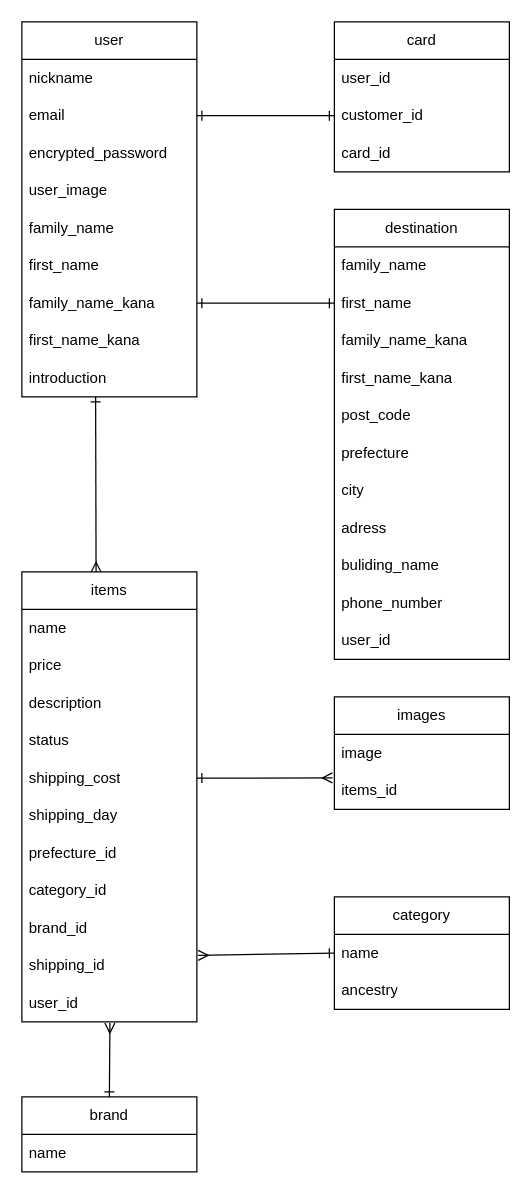
Earlier version of the draw.io diagram furima-41539.dio (Takao-Koyanagi/furima-41539). Source tidied: cells renumbered, new cells numbered last; positions are measured from the earlier drawing's top-left corner, leaving out a move shared by most shapes. Both pictures are drawn from the tidied source at 125%, with x=0, y=0 at pixel (21, 21).
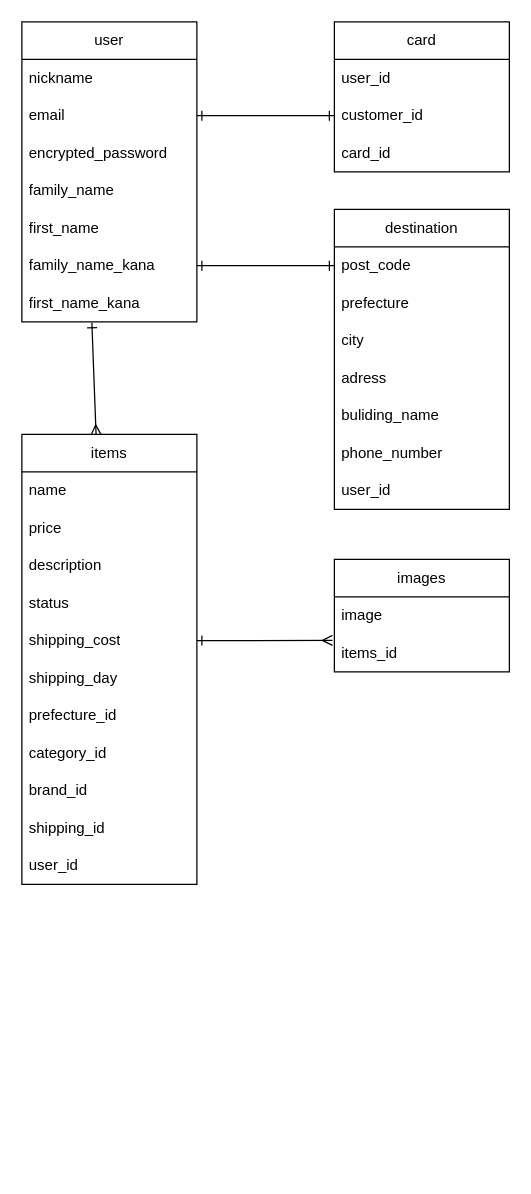
After the change.

Commit message (it also covers changes not shown here):
データーベース設計_修正1

The change refers to these unchanged cells:
```xml
<mxCell id="39" value="shipping_id" style="text;strokeColor=none;fillColor=none;align=left;verticalAlign=middle;spacingLeft=4;spacingRight=4;overflow=hidden;points=[[0,0.5],[1,0.5]];portConstraint=eastwest;whiteSpace=wrap;html=1;" parent="29" vertex="1">
  <mxGeometry y="300" width="140" height="30" as="geometry" />
</mxCell>
<mxCell id="40" value="user_id" style="text;strokeColor=none;fillColor=none;align=left;verticalAlign=middle;spacingLeft=4;spacingRight=4;overflow=hidden;points=[[0,0.5],[1,0.5]];portConstraint=eastwest;whiteSpace=wrap;html=1;" parent="29" vertex="1">
  <mxGeometry y="330" width="140" height="30" as="geometry" />
</mxCell>
```

Change to the diagram source:
```diff
@@
     <mxCell id="2" value="user" style="swimlane;fontStyle=0;horizontal=1;startSize=30;whiteSpace=wrap;html=1;" parent="1" vertex="1">
-      <mxGeometry width="140" height="300" as="geometry" />
+      <mxGeometry width="140" height="240" as="geometry" />
     </mxCell>
@@
-    <mxCell id="6" value="user_image" style="text;strokeColor=none;fillColor=none;align=left;verticalAlign=middle;spacingLeft=4;spacingRight=4;overflow=hidden;whiteSpace=wrap;html=1;" parent="2" vertex="1">
-      <mxGeometry y="120" width="140" height="30" as="geometry" />
-    </mxCell>
     <mxCell id="7" value="family_name" style="text;strokeColor=none;fillColor=none;align=left;verticalAlign=middle;spacingLeft=4;spacingRight=4;overflow=hidden;whiteSpace=wrap;html=1;" parent="2" vertex="1">
-      <mxGeometry y="150" width="140" height="30" as="geometry" />
+      <mxGeometry y="120" width="140" height="30" as="geometry" />
     </mxCell>
     <mxCell id="8" value="first_name" style="text;strokeColor=none;fillColor=none;align=left;verticalAlign=middle;spacingLeft=4;spacingRight=4;overflow=hidden;whiteSpace=wrap;html=1;" parent="2" vertex="1">
-      <mxGeometry y="180" width="140" height="30" as="geometry" />
+      <mxGeometry y="150" width="140" height="30" as="geometry" />
     </mxCell>
     <mxCell id="9" value="family_name_kana" style="text;strokeColor=none;fillColor=none;align=left;verticalAlign=middle;spacingLeft=4;spacingRight=4;overflow=hidden;points=[[0,0.5],[1,0.5]];portConstraint=eastwest;whiteSpace=wrap;html=1;" parent="2" vertex="1">
-      <mxGeometry y="210" width="140" height="30" as="geometry" />
+      <mxGeometry y="180" width="140" height="30" as="geometry" />
     </mxCell>
     <mxCell id="10" value="first_name_kana" style="text;strokeColor=none;fillColor=none;align=left;verticalAlign=middle;spacingLeft=4;spacingRight=4;overflow=hidden;points=[[0,0.5],[1,0.5]];portConstraint=eastwest;whiteSpace=wrap;html=1;" parent="2" vertex="1">
-      <mxGeometry y="240" width="140" height="30" as="geometry" />
+      <mxGeometry y="210" width="140" height="30" as="geometry" />
     </mxCell>
-    <mxCell id="11" value="introduction" style="text;strokeColor=none;fillColor=none;align=left;verticalAlign=middle;spacingLeft=4;spacingRight=4;overflow=hidden;whiteSpace=wrap;html=1;" parent="2" vertex="1">
-      <mxGeometry y="270" width="140" height="30" as="geometry" />
-    </mxCell>
@@
     <mxCell id="17" value="destination" style="swimlane;fontStyle=0;horizontal=1;startSize=30;whiteSpace=wrap;html=1;" parent="1" vertex="1">
-      <mxGeometry x="250" y="150" width="140" height="360" as="geometry" />
+      <mxGeometry x="250" y="150" width="140" height="240" as="geometry" />
     </mxCell>
-    <mxCell id="18" value="family_name" style="text;strokeColor=none;fillColor=none;align=left;verticalAlign=middle;spacingLeft=4;spacingRight=4;overflow=hidden;whiteSpace=wrap;html=1;" parent="17" vertex="1">
-      <mxGeometry y="30" width="140" height="30" as="geometry" />
-    </mxCell>
-    <mxCell id="19" value="first_name" style="text;strokeColor=none;fillColor=none;align=left;verticalAlign=middle;spacingLeft=4;spacingRight=4;overflow=hidden;points=[[0,0.5],[1,0.5]];portConstraint=eastwest;whiteSpace=wrap;html=1;" parent="17" vertex="1">
-      <mxGeometry y="60" width="140" height="30" as="geometry" />
-    </mxCell>
-    <mxCell id="20" value="family_name_kana" style="text;strokeColor=none;fillColor=none;align=left;verticalAlign=middle;spacingLeft=4;spacingRight=4;overflow=hidden;whiteSpace=wrap;html=1;" parent="17" vertex="1">
-      <mxGeometry y="90" width="140" height="30" as="geometry" />
-    </mxCell>
-    <mxCell id="21" value="first_name_kana" style="text;strokeColor=none;fillColor=none;align=left;verticalAlign=middle;spacingLeft=4;spacingRight=4;overflow=hidden;whiteSpace=wrap;html=1;" parent="17" vertex="1">
-      <mxGeometry y="120" width="140" height="30" as="geometry" />
-    </mxCell>
     <mxCell id="22" value="post_code" style="text;strokeColor=none;fillColor=none;align=left;verticalAlign=middle;spacingLeft=4;spacingRight=4;overflow=hidden;whiteSpace=wrap;html=1;" parent="17" vertex="1">
-      <mxGeometry y="150" width="140" height="30" as="geometry" />
+      <mxGeometry y="30" width="140" height="30" as="geometry" />
     </mxCell>
     <mxCell id="23" value="prefecture" style="text;strokeColor=none;fillColor=none;align=left;verticalAlign=middle;spacingLeft=4;spacingRight=4;overflow=hidden;whiteSpace=wrap;html=1;" parent="17" vertex="1">
-      <mxGeometry y="180" width="140" height="30" as="geometry" />
+      <mxGeometry y="60" width="140" height="30" as="geometry" />
     </mxCell>
     <mxCell id="24" value="city" style="text;strokeColor=none;fillColor=none;align=left;verticalAlign=middle;spacingLeft=4;spacingRight=4;overflow=hidden;whiteSpace=wrap;html=1;" parent="17" vertex="1">
-      <mxGeometry y="210" width="140" height="30" as="geometry" />
+      <mxGeometry y="90" width="140" height="30" as="geometry" />
     </mxCell>
     <mxCell id="25" value="adress" style="text;strokeColor=none;fillColor=none;align=left;verticalAlign=middle;spacingLeft=4;spacingRight=4;overflow=hidden;whiteSpace=wrap;html=1;" parent="17" vertex="1">
-      <mxGeometry y="240" width="140" height="30" as="geometry" />
+      <mxGeometry y="120" width="140" height="30" as="geometry" />
     </mxCell>
     <mxCell id="26" value="buliding_name" style="text;strokeColor=none;fillColor=none;align=left;verticalAlign=middle;spacingLeft=4;spacingRight=4;overflow=hidden;whiteSpace=wrap;html=1;" parent="17" vertex="1">
-      <mxGeometry y="270" width="140" height="30" as="geometry" />
+      <mxGeometry y="150" width="140" height="30" as="geometry" />
     </mxCell>
     <mxCell id="27" value="phone_number" style="text;strokeColor=none;fillColor=none;align=left;verticalAlign=middle;spacingLeft=4;spacingRight=4;overflow=hidden;whiteSpace=wrap;html=1;" parent="17" vertex="1">
-      <mxGeometry y="300" width="140" height="30" as="geometry" />
+      <mxGeometry y="180" width="140" height="30" as="geometry" />
     </mxCell>
     <mxCell id="28" value="user_id" style="text;strokeColor=none;fillColor=none;align=left;verticalAlign=middle;spacingLeft=4;spacingRight=4;overflow=hidden;whiteSpace=wrap;html=1;" parent="17" vertex="1">
-      <mxGeometry y="330" width="140" height="30" as="geometry" />
+      <mxGeometry y="210" width="140" height="30" as="geometry" />
     </mxCell>
     <mxCell id="29" value="items" style="swimlane;fontStyle=0;horizontal=1;startSize=30;whiteSpace=wrap;html=1;" parent="1" vertex="1">
-      <mxGeometry y="440" width="140" height="360" as="geometry" />
+      <mxGeometry y="330" width="140" height="360" as="geometry" />
     </mxCell>
@@
-    <mxCell id="41" style="edgeStyle=none;html=1;exitX=1;exitY=0.5;exitDx=0;exitDy=0;startArrow=ERone;startFill=0;endArrow=ERone;endFill=0;" parent="1" edge="1" source="9" target="19">
-      <mxGeometry relative="1" as="geometry" />
+    <mxCell id="41" style="edgeStyle=none;html=1;exitX=1;exitY=0.5;exitDx=0;exitDy=0;startArrow=ERone;startFill=0;endArrow=ERone;endFill=0;" parent="1" edge="1" source="9">
+      <mxGeometry relative="1" as="geometry">
+        <mxPoint x="250" y="195" as="targetPoint" />
+      </mxGeometry>
     </mxCell>
-    <mxCell id="42" style="endArrow=ERmany;html=1;startArrow=ERone;startFill=0;endFill=0;entryX=0.424;entryY=0.001;entryDx=0;entryDy=0;entryPerimeter=0;" parent="1" edge="1" target="29">
-      <mxGeometry relative="1" as="geometry">
-        <mxPoint x="59" y="300" as="sourcePoint" />
-      </mxGeometry>
+    <mxCell id="42" style="endArrow=ERmany;html=1;startArrow=ERone;startFill=0;endFill=0;entryX=0.424;entryY=0.001;entryDx=0;entryDy=0;entryPerimeter=0;exitX=0.4;exitY=1.022;exitDx=0;exitDy=0;exitPerimeter=0;" parent="1" edge="1" source="10" target="29">
+      <mxGeometry relative="1" as="geometry" />
     </mxCell>
     <mxCell id="43" value="images" style="swimlane;fontStyle=0;horizontal=1;startSize=30;whiteSpace=wrap;html=1;" parent="1" vertex="1">
-      <mxGeometry x="250" y="540" width="140" height="90" as="geometry" />
+      <mxGeometry x="250" y="430" width="140" height="90" as="geometry" />
     </mxCell>
@@
-    <mxCell id="46" value="category" style="swimlane;fontStyle=0;horizontal=1;startSize=30;whiteSpace=wrap;html=1;" parent="1" vertex="1">
-      <mxGeometry x="250" y="700" width="140" height="90" as="geometry" />
-    </mxCell>
-    <mxCell id="47" value="name" style="text;strokeColor=none;fillColor=none;align=left;verticalAlign=middle;spacingLeft=4;spacingRight=4;overflow=hidden;points=[[0,0.5],[1,0.5]];portConstraint=eastwest;whiteSpace=wrap;html=1;" parent="46" vertex="1">
-      <mxGeometry y="30" width="140" height="30" as="geometry" />
-    </mxCell>
-    <mxCell id="48" value="ancestry" style="text;strokeColor=none;fillColor=none;align=left;verticalAlign=middle;spacingLeft=4;spacingRight=4;overflow=hidden;whiteSpace=wrap;html=1;" parent="46" vertex="1">
-      <mxGeometry y="60" width="140" height="30" as="geometry" />
-    </mxCell>
@@
-    <mxCell id="50" style="edgeStyle=none;html=1;exitX=0;exitY=0.5;exitDx=0;exitDy=0;entryX=1.007;entryY=0.227;entryDx=0;entryDy=0;entryPerimeter=0;startArrow=ERone;startFill=0;endArrow=ERmany;endFill=0;" parent="1" edge="1" source="47" target="39">
-      <mxGeometry relative="1" as="geometry" />
-    </mxCell>
-    <mxCell id="51" style="edgeStyle=none;html=1;exitX=0.5;exitY=0;exitDx=0;exitDy=0;entryX=0.503;entryY=1.031;entryDx=0;entryDy=0;entryPerimeter=0;startArrow=ERone;startFill=0;endArrow=ERmany;endFill=0;" parent="1" edge="1" source="52" target="40">
-      <mxGeometry relative="1" as="geometry" />
-    </mxCell>
-    <mxCell id="52" value="brand" style="swimlane;fontStyle=0;horizontal=1;startSize=30;whiteSpace=wrap;html=1;" parent="1" vertex="1">
-      <mxGeometry y="860" width="140" height="60" as="geometry" />
-    </mxCell>
-    <mxCell id="53" value="name" style="text;strokeColor=none;fillColor=none;align=left;verticalAlign=middle;spacingLeft=4;spacingRight=4;overflow=hidden;whiteSpace=wrap;html=1;" parent="52" vertex="1">
-      <mxGeometry y="30" width="140" height="30" as="geometry" />
-    </mxCell>
```
